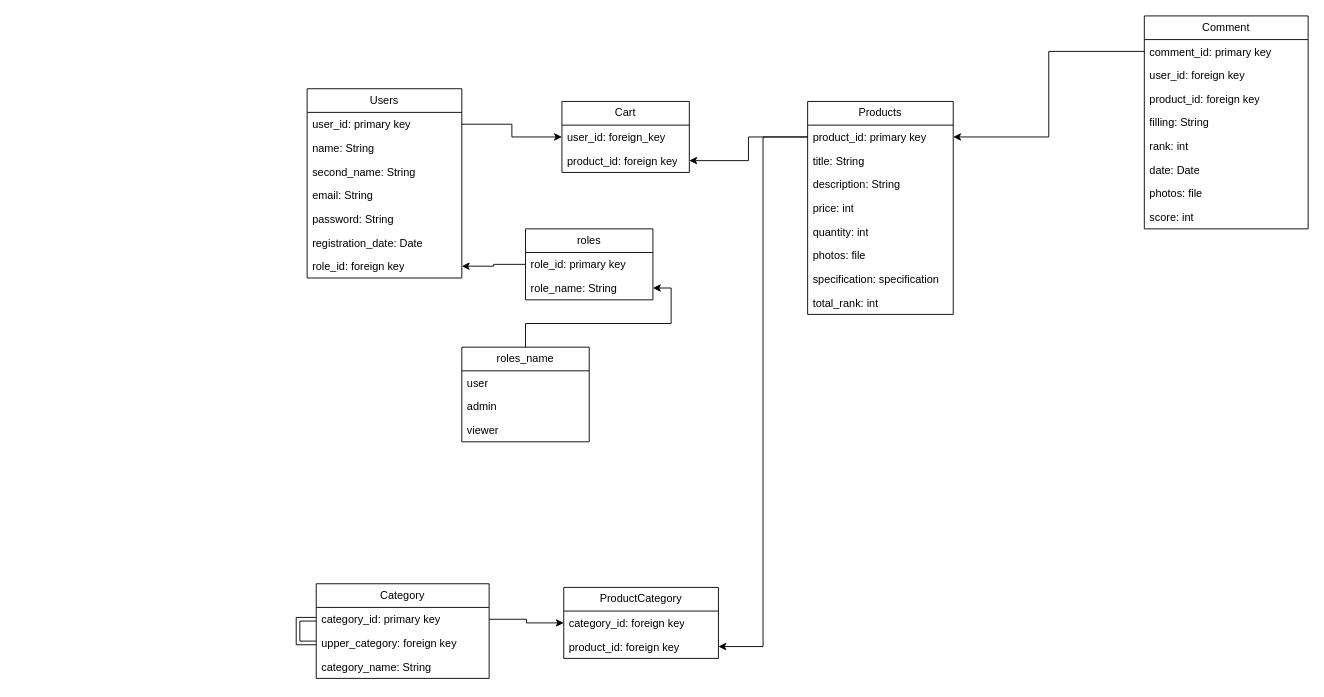
Earlier version of the draw.io diagram page "Страница 1" (1 of 2) of Диаграмма без названия.drawio (RimKhai/UML). Source tidied: cells renumbered, new cells numbered last; positions are measured from the earlier drawing's top-left corner, leaving out a move shared by most shapes. Both pictures are drawn from the tidied source at 91%, with x=0, y=0 at pixel (307, 15).
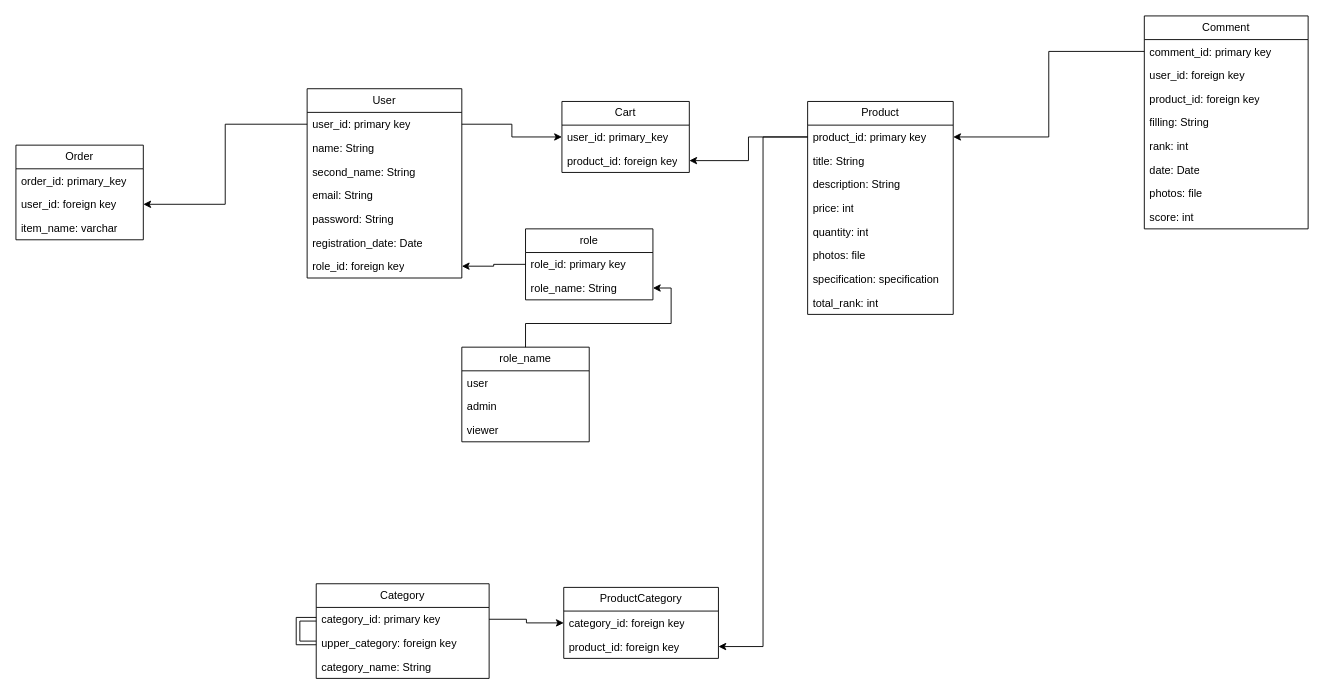
After the change.

Unchanged cells that the change refers to:
```xml
<mxCell id="3" value="user_id: primary key" style="text;strokeColor=none;fillColor=none;align=left;verticalAlign=top;spacingLeft=4;spacingRight=4;overflow=hidden;points=[[0,0.5],[1,0.5]];portConstraint=eastwest;whiteSpace=wrap;html=1;" parent="2" vertex="1">
  <mxGeometry y="26" width="170" height="26" as="geometry" />
</mxCell>
<mxCell id="33" value="Cart" style="swimlane;fontStyle=0;horizontal=1;startSize=26;fillColor=none;whiteSpace=wrap;html=1;" parent="1" vertex="1">
  <mxGeometry x="280" y="94" width="140" height="78" as="geometry" />
</mxCell>
```

Change to the diagram source:
```diff
@@
-    <mxCell id="2" value="Users" style="swimlane;fontStyle=0;horizontal=1;startSize=26;fillColor=none;whiteSpace=wrap;html=1;" parent="1" vertex="1">
+    <mxCell id="2" value="User" style="swimlane;fontStyle=0;horizontal=1;startSize=26;fillColor=none;whiteSpace=wrap;html=1;" parent="1" vertex="1">
       <mxGeometry y="80" width="170" height="208" as="geometry" />
     </mxCell>
@@
-    <mxCell id="19" value="Products" style="swimlane;fontStyle=0;horizontal=1;startSize=26;fillColor=none;whiteSpace=wrap;html=1;" parent="1" vertex="1">
+    <mxCell id="19" value="Product" style="swimlane;fontStyle=0;horizontal=1;startSize=26;fillColor=none;whiteSpace=wrap;html=1;" parent="1" vertex="1">
       <mxGeometry x="550" y="94" width="160" height="234" as="geometry" />
     </mxCell>
@@
-    <mxCell id="34" value="user_id: foreign_key" style="text;strokeColor=none;fillColor=none;align=left;verticalAlign=top;spacingLeft=4;spacingRight=4;overflow=hidden;points=[[0,0.5],[1,0.5]];portConstraint=eastwest;whiteSpace=wrap;html=1;" parent="33" vertex="1">
+    <mxCell id="34" value="user_id: primary_key" style="text;strokeColor=none;fillColor=none;align=left;verticalAlign=top;spacingLeft=4;spacingRight=4;overflow=hidden;points=[[0,0.5],[1,0.5]];portConstraint=eastwest;whiteSpace=wrap;html=1;" parent="33" vertex="1">
       <mxGeometry y="26" width="140" height="26" as="geometry" />
     </mxCell>
@@
-    <mxCell id="39" value="roles" style="swimlane;fontStyle=0;horizontal=1;startSize=26;fillColor=none;whiteSpace=wrap;html=1;" parent="1" vertex="1">
+    <mxCell id="39" value="role" style="swimlane;fontStyle=0;horizontal=1;startSize=26;fillColor=none;whiteSpace=wrap;html=1;" parent="1" vertex="1">
       <mxGeometry x="240" y="234" width="140" height="78" as="geometry" />
     </mxCell>
@@
-    <mxCell id="49" value="roles_name" style="swimlane;fontStyle=0;horizontal=1;startSize=26;fillColor=none;whiteSpace=wrap;html=1;" parent="1" vertex="1">
+    <mxCell id="49" value="role_name" style="swimlane;fontStyle=0;horizontal=1;startSize=26;fillColor=none;whiteSpace=wrap;html=1;" parent="1" vertex="1">
       <mxGeometry x="170" y="364" width="140" height="104" as="geometry" />
     </mxCell>
@@
+    <mxCell id="53" value="Order" style="swimlane;fontStyle=0;horizontal=1;startSize=26;fillColor=none;whiteSpace=wrap;html=1;" parent="1" vertex="1">
+      <mxGeometry x="-320" y="142" width="140" height="104" as="geometry" />
+    </mxCell>
+    <mxCell id="54" value="order_id: primary_key" style="text;strokeColor=none;fillColor=none;align=left;verticalAlign=top;spacingLeft=4;spacingRight=4;overflow=hidden;whiteSpace=wrap;html=1;" parent="53" vertex="1">
+      <mxGeometry y="26" width="140" height="26" as="geometry" />
+    </mxCell>
+    <mxCell id="55" value="user_id: foreign key" style="text;strokeColor=none;fillColor=none;align=left;verticalAlign=top;spacingLeft=4;spacingRight=4;overflow=hidden;points=[[0,0.5],[1,0.5]];portConstraint=eastwest;whiteSpace=wrap;html=1;" parent="53" vertex="1">
+      <mxGeometry y="52" width="140" height="26" as="geometry" />
+    </mxCell>
+    <mxCell id="56" value="item_name: varchar" style="text;strokeColor=none;fillColor=none;align=left;verticalAlign=top;spacingLeft=4;spacingRight=4;overflow=hidden;whiteSpace=wrap;html=1;" parent="53" vertex="1">
+      <mxGeometry y="78" width="140" height="26" as="geometry" />
+    </mxCell>
+    <mxCell id="57" style="edgeStyle=orthogonalEdgeStyle;rounded=0;jettySize=auto;html=1;" parent="1" edge="1" source="3" target="55">
+      <mxGeometry relative="1" as="geometry" />
+    </mxCell>
```
